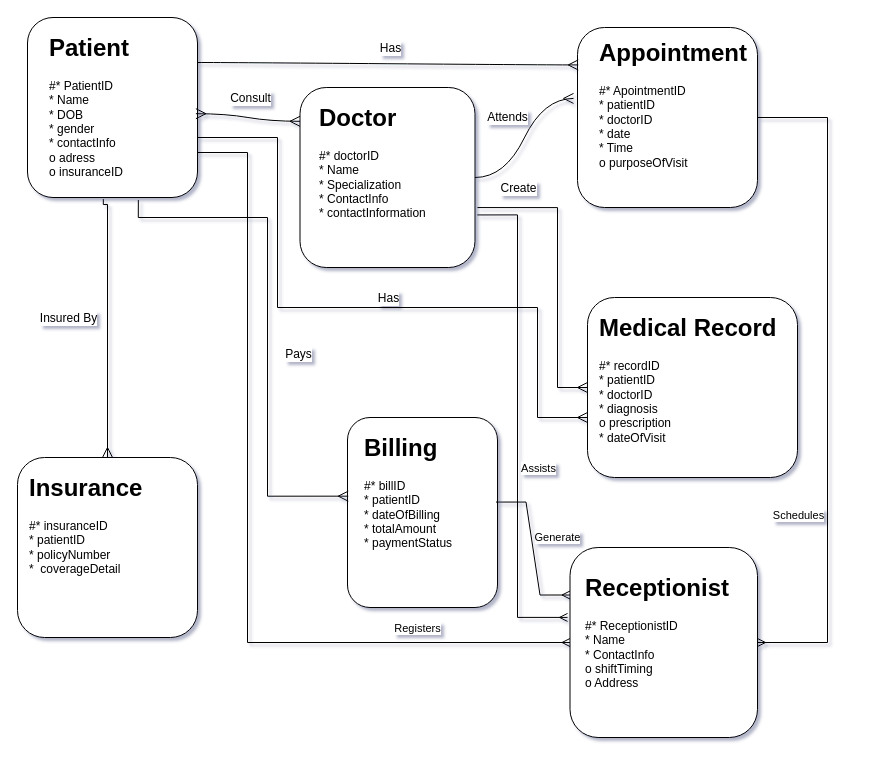
Earlier version of the draw.io diagram Untitled Diagram.drawio (Usmankhan-038/New). Source tidied: cells renumbered, new cells numbered last; positions are measured from the earlier drawing's top-left corner, leaving out a move shared by most shapes. Both pictures are drawn from the tidied source at 100%, with x=0, y=0 at pixel (17, 17).
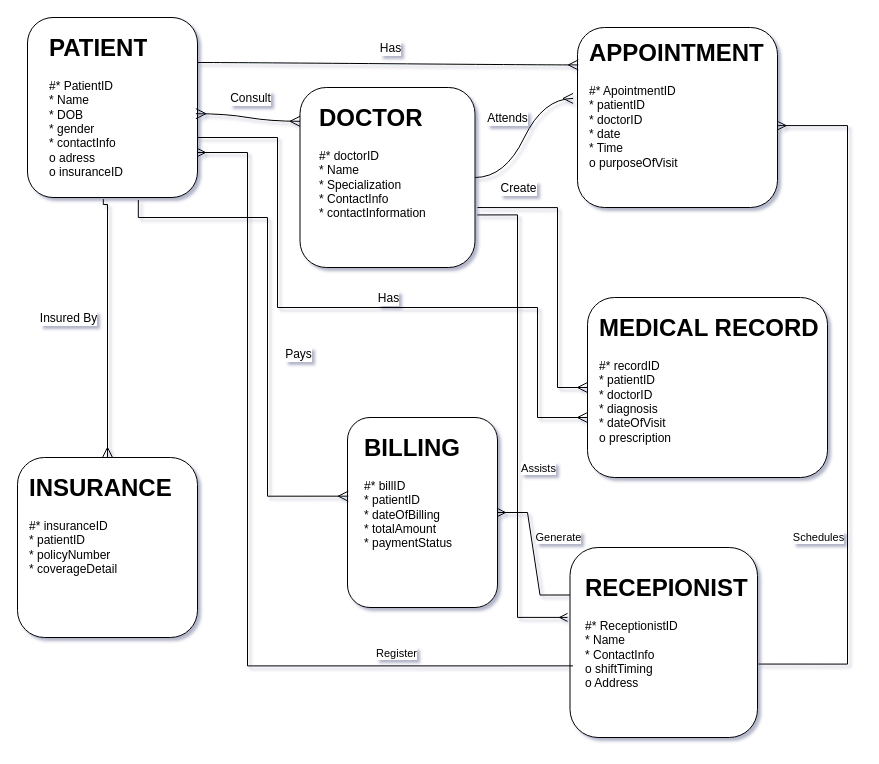
Above is the later version.

The change refers to these unchanged cells:
```xml
<mxCell id="2" style="rounded=1;whiteSpace=wrap;html=1;" parent="1" vertex="1">
  <mxGeometry x="10" width="170" height="180" as="geometry" />
</mxCell>
<mxCell id="10" style="rounded=1;whiteSpace=wrap;html=1;" parent="1" vertex="1">
  <mxGeometry x="330" y="400" width="150" height="190" as="geometry" />
</mxCell>
<mxCell id="29" style="rounded=1;whiteSpace=wrap;html=1;" parent="1" vertex="1">
  <mxGeometry x="552.5" y="530" width="187.5" height="190" as="geometry" />
</mxCell>
```

What changed in the source:
```diff
@@
-    <mxCell id="3" value="&lt;h1 style=&quot;margin-top: 0px;&quot;&gt;Patient&lt;/h1&gt;&lt;h1 style=&quot;margin-top: 0px;&quot;&gt;&lt;div style=&quot;font-size: 12px; font-weight: 400;&quot;&gt;#* PatientID&lt;/div&gt;&lt;div style=&quot;font-size: 12px; font-weight: 400;&quot;&gt;* Name&lt;/div&gt;&lt;div style=&quot;font-size: 12px; font-weight: 400;&quot;&gt;* DOB&lt;/div&gt;&lt;div style=&quot;font-size: 12px; font-weight: 400;&quot;&gt;* gender&lt;/div&gt;&lt;div style=&quot;font-size: 12px; font-weight: 400;&quot;&gt;* contactInfo&lt;/div&gt;&lt;div style=&quot;font-size: 12px; font-weight: 400;&quot;&gt;o adress&lt;/div&gt;&lt;div style=&quot;font-size: 12px; font-weight: 400;&quot;&gt;o insuranceID&lt;/div&gt;&lt;/h1&gt;" style="text;html=1;whiteSpace=wrap;overflow=hidden;rounded=0;" parent="1" vertex="1">
+    <mxCell id="3" value="&lt;h1 style=&quot;margin-top: 0px;&quot;&gt;PATIENT&lt;/h1&gt;&lt;h1 style=&quot;margin-top: 0px;&quot;&gt;&lt;div style=&quot;font-size: 12px; font-weight: 400;&quot;&gt;#* PatientID&lt;/div&gt;&lt;div style=&quot;font-size: 12px; font-weight: 400;&quot;&gt;* Name&lt;/div&gt;&lt;div style=&quot;font-size: 12px; font-weight: 400;&quot;&gt;* DOB&lt;/div&gt;&lt;div style=&quot;font-size: 12px; font-weight: 400;&quot;&gt;* gender&lt;/div&gt;&lt;div style=&quot;font-size: 12px; font-weight: 400;&quot;&gt;* contactInfo&lt;/div&gt;&lt;div style=&quot;font-size: 12px; font-weight: 400;&quot;&gt;o adress&lt;/div&gt;&lt;div style=&quot;font-size: 12px; font-weight: 400;&quot;&gt;o insuranceID&lt;/div&gt;&lt;/h1&gt;" style="text;html=1;whiteSpace=wrap;overflow=hidden;rounded=0;" parent="1" vertex="1">
       <mxGeometry x="30" y="10" width="100" height="160" as="geometry" />
     </mxCell>
@@
-    <mxCell id="5" value="&lt;h1 style=&quot;margin-top: 0px;&quot;&gt;Doctor&lt;/h1&gt;&lt;div&gt;#* doctorID&lt;/div&gt;&lt;div&gt;* Name&lt;/div&gt;&lt;div&gt;* Specialization&lt;/div&gt;&lt;div&gt;* ContactInfo&lt;/div&gt;&lt;div&gt;* contactInformation&lt;/div&gt;" style="text;html=1;whiteSpace=wrap;overflow=hidden;rounded=0;" parent="1" vertex="1">
+    <mxCell id="5" value="&lt;h1 style=&quot;margin-top: 0px;&quot;&gt;DOCTOR&lt;/h1&gt;&lt;div&gt;#* doctorID&lt;/div&gt;&lt;div&gt;* Name&lt;/div&gt;&lt;div&gt;* Specialization&lt;/div&gt;&lt;div&gt;* ContactInfo&lt;/div&gt;&lt;div&gt;* contactInformation&lt;/div&gt;" style="text;html=1;whiteSpace=wrap;overflow=hidden;rounded=0;" parent="1" vertex="1">
       <mxGeometry x="300" y="80" width="140" height="170" as="geometry" />
     </mxCell>
     <mxCell id="6" style="rounded=1;whiteSpace=wrap;html=1;" parent="1" vertex="1">
-      <mxGeometry x="560" y="10" width="180" height="180" as="geometry" />
+      <mxGeometry x="560" y="10" width="200" height="180" as="geometry" />
     </mxCell>
-    <mxCell id="7" value="&lt;h1 style=&quot;margin-top: 0px;&quot;&gt;Appointment&lt;/h1&gt;&lt;div&gt;#* ApointmentID&lt;/div&gt;&lt;div&gt;* patientID&lt;/div&gt;&lt;div&gt;* doctorID&lt;/div&gt;&lt;div&gt;* date&lt;/div&gt;&lt;div&gt;* Time&lt;/div&gt;&lt;div&gt;o purposeOfVisit&lt;/div&gt;&lt;div&gt;&lt;br&gt;&lt;/div&gt;" style="text;html=1;whiteSpace=wrap;overflow=hidden;rounded=0;" parent="1" vertex="1">
-      <mxGeometry x="580" y="15" width="160" height="170" as="geometry" />
+    <mxCell id="7" value="&lt;h1 style=&quot;margin-top: 0px;&quot;&gt;APPOINTMENT&lt;/h1&gt;&lt;div&gt;#* ApointmentID&lt;/div&gt;&lt;div&gt;* patientID&lt;/div&gt;&lt;div&gt;* doctorID&lt;/div&gt;&lt;div&gt;* date&lt;/div&gt;&lt;div&gt;* Time&lt;/div&gt;&lt;div&gt;o purposeOfVisit&lt;/div&gt;&lt;div&gt;&lt;br&gt;&lt;/div&gt;" style="text;html=1;whiteSpace=wrap;overflow=hidden;rounded=0;" parent="1" vertex="1">
+      <mxGeometry x="570" y="15" width="180" height="170" as="geometry" />
     </mxCell>
@@
-    <mxCell id="9" value="&lt;h1 style=&quot;margin-top: 0px;&quot;&gt;Insurance&lt;/h1&gt;&lt;div&gt;#* insuranceID&lt;/div&gt;&lt;div&gt;* patientID&lt;/div&gt;&lt;div&gt;* policyNumber&lt;/div&gt;&lt;div&gt;*&amp;nbsp; coverageDetail&lt;/div&gt;&lt;div&gt;&lt;br&gt;&lt;/div&gt;&lt;div&gt;&lt;br&gt;&lt;/div&gt;" style="text;html=1;whiteSpace=wrap;overflow=hidden;rounded=0;" parent="1" vertex="1">
-      <mxGeometry x="10" y="450" width="140" height="160" as="geometry" />
+    <mxCell id="9" value="&lt;h1 style=&quot;margin-top: 0px;&quot;&gt;INSURANCE&lt;/h1&gt;&lt;div&gt;#* insuranceID&lt;/div&gt;&lt;div&gt;* patientID&lt;/div&gt;&lt;div&gt;* policyNumber&lt;/div&gt;&lt;div&gt;* coverageDetail&lt;/div&gt;&lt;div&gt;&lt;br&gt;&lt;/div&gt;&lt;div&gt;&lt;br&gt;&lt;/div&gt;" style="text;html=1;whiteSpace=wrap;overflow=hidden;rounded=0;" parent="1" vertex="1">
+      <mxGeometry x="10" y="450" width="150" height="160" as="geometry" />
     </mxCell>
@@
-    <mxCell id="11" value="&lt;h1 style=&quot;margin-top: 0px;&quot;&gt;&lt;span style=&quot;background-color: initial;&quot;&gt;Billing&lt;/span&gt;&lt;/h1&gt;&lt;div&gt;#* billID&lt;/div&gt;&lt;div&gt;* patientID&lt;/div&gt;&lt;div&gt;* dateOfBilling&lt;/div&gt;&lt;div&gt;* totalAmount&lt;/div&gt;&lt;div&gt;* paymentStatus&lt;/div&gt;&lt;div&gt;&lt;br&gt;&lt;/div&gt;&lt;div&gt;&lt;br&gt;&lt;/div&gt;" style="text;html=1;whiteSpace=wrap;overflow=hidden;rounded=0;" parent="1" vertex="1">
+    <mxCell id="11" value="&lt;h1 style=&quot;margin-top: 0px;&quot;&gt;&lt;span style=&quot;background-color: initial;&quot;&gt;BILLING&lt;/span&gt;&lt;/h1&gt;&lt;div&gt;#* billID&lt;/div&gt;&lt;div&gt;* patientID&lt;/div&gt;&lt;div&gt;* dateOfBilling&lt;/div&gt;&lt;div&gt;* totalAmount&lt;/div&gt;&lt;div&gt;* paymentStatus&lt;/div&gt;&lt;div&gt;&lt;br&gt;&lt;/div&gt;&lt;div&gt;&lt;br&gt;&lt;/div&gt;" style="text;html=1;whiteSpace=wrap;overflow=hidden;rounded=0;" parent="1" vertex="1">
       <mxGeometry x="345" y="410" width="112.5" height="170" as="geometry" />
     </mxCell>
     <mxCell id="12" style="rounded=1;whiteSpace=wrap;html=1;" parent="1" vertex="1">
-      <mxGeometry x="570" y="280" width="210" height="180" as="geometry" />
+      <mxGeometry x="570" y="280" width="240" height="180" as="geometry" />
     </mxCell>
-    <mxCell id="13" value="&lt;h1 style=&quot;margin-top: 0px;&quot;&gt;Medical Record&lt;/h1&gt;&lt;div&gt;#* recordID&lt;/div&gt;&lt;div&gt;* patientID&lt;/div&gt;&lt;div&gt;* doctorID&lt;br&gt;&lt;/div&gt;&lt;div&gt;* diagnosis&lt;/div&gt;&lt;div&gt;o prescription&lt;/div&gt;&lt;div&gt;* dateOfVisit&lt;/div&gt;&lt;div&gt;&lt;br&gt;&lt;/div&gt;&lt;div&gt;&lt;br&gt;&lt;/div&gt;" style="text;html=1;whiteSpace=wrap;overflow=hidden;rounded=0;" parent="1" vertex="1">
-      <mxGeometry x="580" y="290" width="180" height="170" as="geometry" />
+    <mxCell id="13" value="&lt;h1 style=&quot;margin-top: 0px;&quot;&gt;MEDICAL RECORD&lt;/h1&gt;&lt;div&gt;#* recordID&lt;/div&gt;&lt;div&gt;* patientID&lt;/div&gt;&lt;div&gt;* doctorID&lt;br&gt;&lt;/div&gt;&lt;div&gt;* diagnosis&lt;/div&gt;&lt;div&gt;* dateOfVisit&lt;br&gt;&lt;/div&gt;&lt;div&gt;o prescription&lt;/div&gt;&lt;div&gt;&lt;br&gt;&lt;/div&gt;&lt;div&gt;&lt;br&gt;&lt;/div&gt;&lt;div&gt;&lt;br&gt;&lt;/div&gt;" style="text;html=1;whiteSpace=wrap;overflow=hidden;rounded=0;" parent="1" vertex="1">
+      <mxGeometry x="580" y="290" width="230" height="170" as="geometry" />
     </mxCell>
@@
-    <mxCell id="30" value="&lt;h1 style=&quot;margin-top: 0px;&quot;&gt;Receptionist&lt;/h1&gt;&lt;div&gt;#* ReceptionistID&lt;/div&gt;&lt;div&gt;* Name&lt;/div&gt;&lt;div&gt;* ContactInfo&lt;/div&gt;&lt;div&gt;o shiftTiming&lt;/div&gt;&lt;div&gt;o Address&lt;/div&gt;&lt;div&gt;&lt;br&gt;&lt;/div&gt;&lt;div&gt;&lt;br&gt;&lt;/div&gt;" style="text;html=1;whiteSpace=wrap;overflow=hidden;rounded=0;" parent="1" vertex="1">
-      <mxGeometry x="566.2" y="550" width="160" height="170" as="geometry" />
+    <mxCell id="30" value="&lt;h1 style=&quot;margin-top: 0px;&quot;&gt;RECEPIONIST&lt;/h1&gt;&lt;div&gt;#* ReceptionistID&lt;/div&gt;&lt;div&gt;* Name&lt;/div&gt;&lt;div&gt;* ContactInfo&lt;/div&gt;&lt;div&gt;o shiftTiming&lt;/div&gt;&lt;div&gt;o Address&lt;/div&gt;&lt;div&gt;&lt;br&gt;&lt;/div&gt;&lt;div&gt;&lt;br&gt;&lt;/div&gt;" style="text;html=1;whiteSpace=wrap;overflow=hidden;rounded=0;" parent="1" vertex="1">
+      <mxGeometry x="566.2" y="550" width="173.8" height="170" as="geometry" />
     </mxCell>
-    <mxCell id="31" style="edgeStyle=orthogonalEdgeStyle;fontSize=12;html=1;endArrow=ERmany;rounded=0;entryX=0;entryY=0.5;entryDx=0;entryDy=0;" parent="1" edge="1" target="29">
-      <mxGeometry relative="1" as="geometry">
-        <mxPoint x="180" y="140" as="sourcePoint" />
-        <Array as="points">
-          <mxPoint x="230" y="135" />
-          <mxPoint x="230" y="625" />
-        </Array>
-      </mxGeometry>
-    </mxCell>
-    <mxCell id="32" value="Registers" style="edgeLabel;html=1;align=center;verticalAlign=middle;" parent="31" vertex="1">
-      <mxGeometry x="-0.91" y="1" relative="1" as="geometry">
-        <mxPoint x="185" y="476" as="offset" />
-      </mxGeometry>
-    </mxCell>
-    <mxCell id="33" style="edgeStyle=orthogonalEdgeStyle;fontSize=12;html=1;endArrow=ERmany;rounded=0;entryX=1;entryY=0.5;entryDx=0;entryDy=0;exitX=1;exitY=0.5;exitDx=0;exitDy=0;" parent="1" edge="1" source="7" target="29">
-      <mxGeometry relative="1" as="geometry">
-        <Array as="points">
-          <mxPoint x="810" y="100" />
-          <mxPoint x="810" y="625" />
-        </Array>
-      </mxGeometry>
-    </mxCell>
-    <mxCell id="34" value="Schedules" style="edgeLabel;html=1;align=center;verticalAlign=middle;" parent="33" vertex="1">
-      <mxGeometry x="0.47" relative="1" as="geometry">
-        <mxPoint x="-30" y="-22" as="offset" />
-      </mxGeometry>
-    </mxCell>
@@
-    <mxCell id="37" style="edgeStyle=entityRelationEdgeStyle;fontSize=12;html=1;endArrow=ERmany;rounded=0;entryX=0;entryY=0.25;entryDx=0;entryDy=0;exitX=0.99;exitY=0.445;exitDx=0;exitDy=0;exitPerimeter=0;" parent="1" edge="1" source="10" target="29">
-      <mxGeometry relative="1" as="geometry" />
-    </mxCell>
+    <mxCell id="39" style="edgeStyle=orthogonalEdgeStyle;fontSize=12;html=1;endArrow=ERmany;rounded=0;entryX=1;entryY=0.75;entryDx=0;entryDy=0;exitX=0.016;exitY=0.623;exitDx=0;exitDy=0;exitPerimeter=0;" parent="1" edge="1" source="29" target="2">
+      <mxGeometry relative="1" as="geometry">
+        <Array as="points">
+          <mxPoint x="230" y="648" />
+          <mxPoint x="230" y="135" />
+        </Array>
+      </mxGeometry>
+    </mxCell>
+    <mxCell id="40" value="Register" style="edgeLabel;html=1;align=center;verticalAlign=middle;" parent="39" vertex="1">
+      <mxGeometry x="-0.58" y="-1" relative="1" as="geometry">
+        <mxPoint x="10" y="-12" as="offset" />
+      </mxGeometry>
+    </mxCell>
+    <mxCell id="41" style="edgeStyle=entityRelationEdgeStyle;fontSize=12;html=1;endArrow=ERmany;rounded=0;exitX=0;exitY=0.25;exitDx=0;exitDy=0;" parent="1" edge="1" source="29" target="10">
+      <mxGeometry relative="1" as="geometry" />
+    </mxCell>
-    <mxCell id="38" value="Generate" style="edgeLabel;html=1;align=center;verticalAlign=middle;" parent="37" vertex="1">
-      <mxGeometry x="-0.14" y="3" relative="1" as="geometry">
-        <mxPoint x="23" as="offset" />
+    <mxCell id="38" value="Generate" style="edgeLabel;html=1;align=center;verticalAlign=middle;" parent="41" vertex="1">
+      <mxGeometry x="0.1" y="-2" relative="1" as="geometry">
+        <mxPoint x="23" y="-9" as="offset" />
       </mxGeometry>
     </mxCell>
+    <mxCell id="42" style="edgeStyle=orthogonalEdgeStyle;fontSize=12;html=1;endArrow=ERmany;rounded=0;entryX=1.003;entryY=0.545;entryDx=0;entryDy=0;entryPerimeter=0;exitX=1.005;exitY=0.568;exitDx=0;exitDy=0;exitPerimeter=0;" parent="1" edge="1" source="30" target="6">
+      <mxGeometry relative="1" as="geometry">
+        <Array as="points">
+          <mxPoint x="830" y="647" />
+          <mxPoint x="830" y="108" />
+        </Array>
+      </mxGeometry>
+    </mxCell>
+    <mxCell id="34" value="Schedules" style="edgeLabel;html=1;align=center;verticalAlign=middle;" parent="42" vertex="1">
+      <mxGeometry x="-0.39" y="3" relative="1" as="geometry">
+        <mxPoint x="-27" y="-3" as="offset" />
+      </mxGeometry>
+    </mxCell>
```
